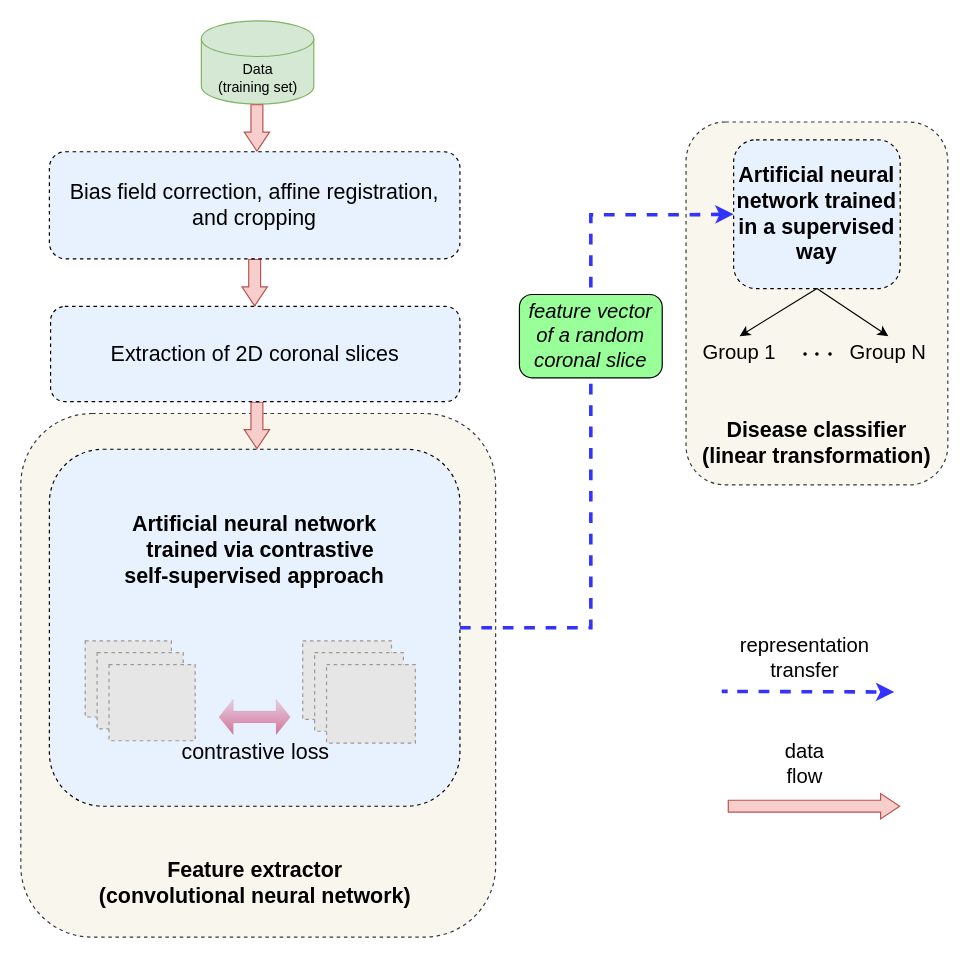
This is images/architecture.drawio from rafayshahood/adni-modif, a draw.io file, before an edit. Source tidied: cells renumbered, new cells numbered last; positions are measured from the earlier drawing's top-left corner, leaving out a move shared by most shapes. Both pictures are drawn from the tidied source at 119%, with x=0, y=0 at pixel (20, 20). Pictures stored in the file or linked from it are replaced by grey dashed boxes.
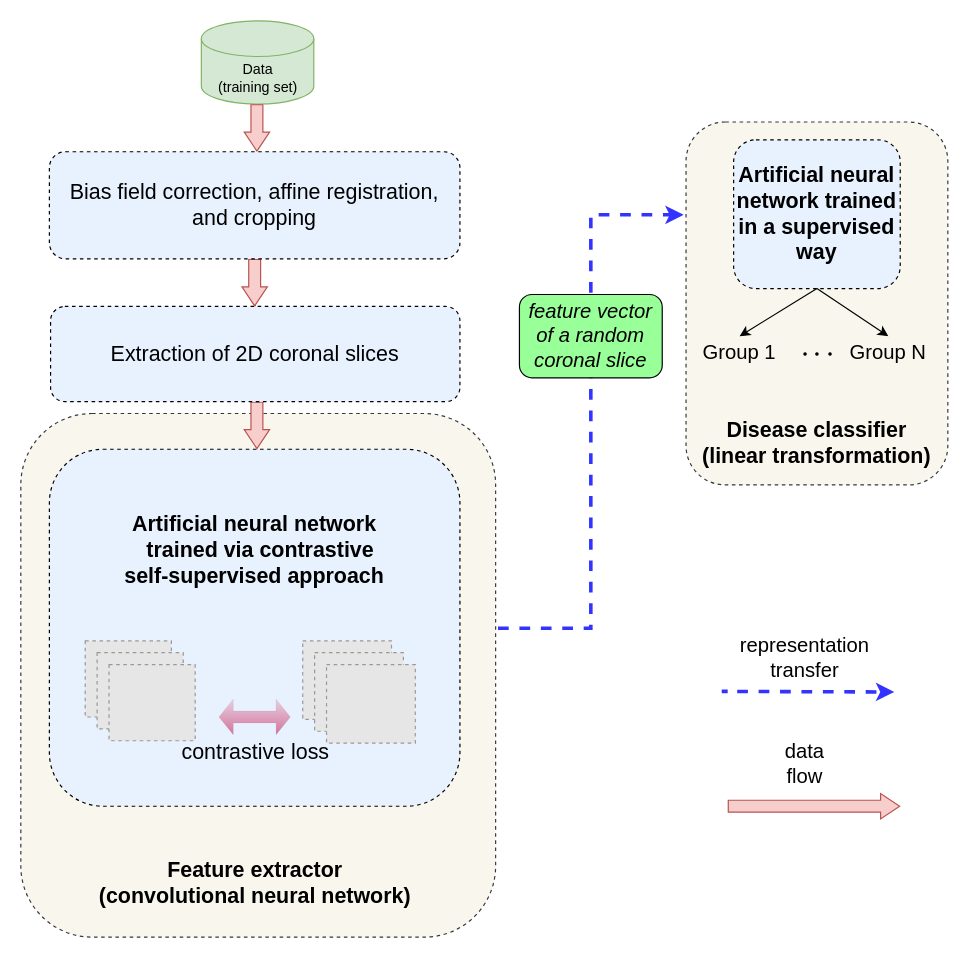
After the change.

Commit message (it also covers changes not shown here):
new architecture figure

Unchanged cells that the change refers to:
```xml
<mxCell id="2" style="rounded=1;whiteSpace=wrap;html=1;fontSize=18;dashed=1;fillColor=#f9f7ed;strokeColor=#36393d;" parent="1" vertex="1">
  <mxGeometry y="330" width="399" height="440" as="geometry" />
</mxCell>
<mxCell id="20" value="&lt;b&gt;Artificial neural network trained in a supervised way&lt;/b&gt;" style="rounded=1;whiteSpace=wrap;html=1;fontSize=18;fillColor=#E8F2FF;dashed=1;" parent="1" vertex="1">
  <mxGeometry x="599" y="100" width="140" height="125" as="geometry" />
</mxCell>
```

What changed in the source:
```diff
@@
-    <mxCell id="27" style="edgeStyle=segmentEdgeStyle;endArrow=classic;html=1;rounded=0;dashed=1;strokeWidth=3;strokeColor=#3333FF;entryX=0;entryY=0.5;entryDx=0;entryDy=0;" parent="1" edge="1" target="20">
+    <mxCell id="27" style="edgeStyle=segmentEdgeStyle;endArrow=classic;html=1;rounded=0;dashed=1;strokeWidth=3;strokeColor=#3333FF;exitX=1.005;exitY=0.41;exitDx=0;exitDy=0;exitPerimeter=0;" parent="1" edge="1" source="2">
       <mxGeometry relative="1" as="geometry">
-        <mxPoint x="369" y="510" as="sourcePoint" />
+        <mxPoint x="557" y="163" as="targetPoint" />
         <Array as="points">
           <mxPoint x="479" y="510" />
           <mxPoint x="479" y="163" />
           <mxPoint x="557" y="163" />
         </Array>
       </mxGeometry>
     </mxCell>
```
